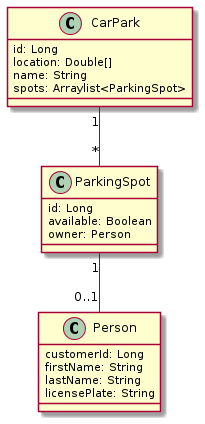
Before: images/cld.png, a diagram exported from PlantUML (2122-5ahitm-sew/01-microproject-wiesingerjonas).
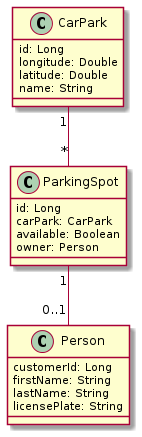
Later version of the same file.

Diff of the diagram source:
```diff
@@ -2,13 +2,14 @@
 
 class CarPark {
     id: Long
-    location: Double[]
+    longitude: Double
+    latitude: Double
     name: String
-    spots: Arraylist<ParkingSpot>
 }
 
 class ParkingSpot {
     id: Long
+    carPark: CarPark
     available: Boolean
     owner: Person
 }
```
